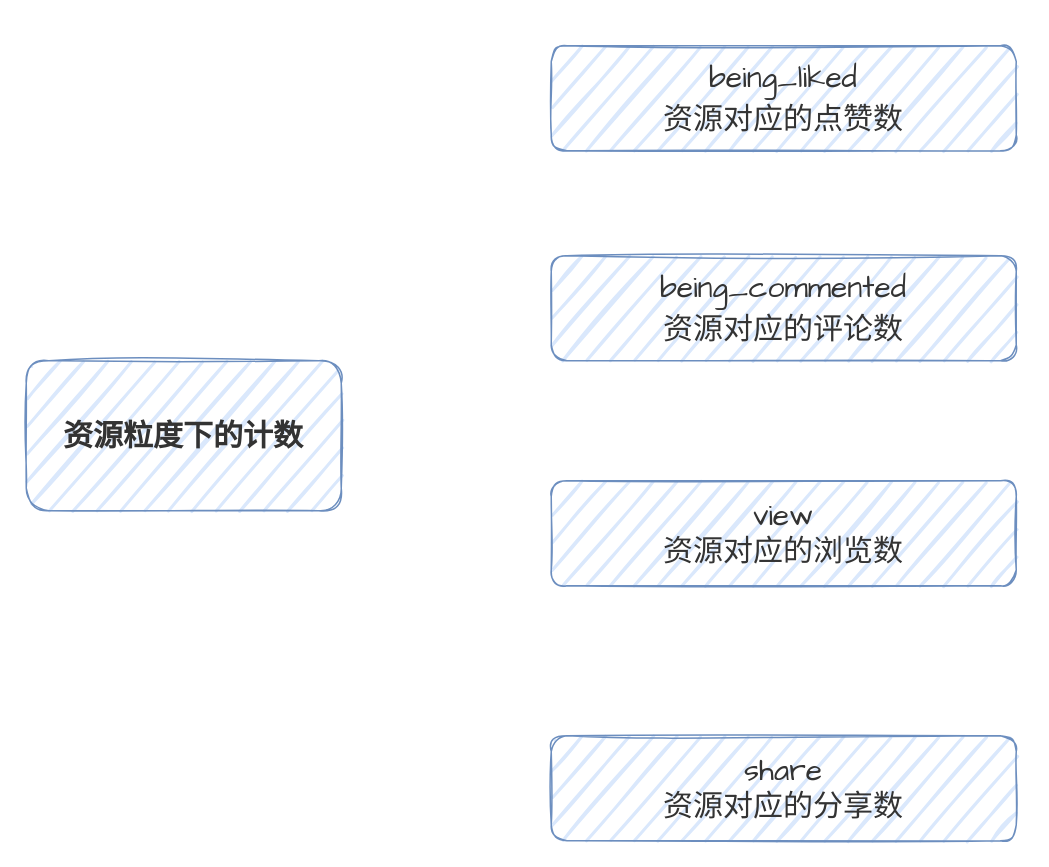
This is pictures/计数服务业务.drawio from dimdark/my-drawio, a draw.io file, before an edit. Source tidied: cells renumbered, new cells numbered last; positions are measured from the earlier drawing's top-left corner, leaving out a move shared by most shapes. Both pictures are drawn from the tidied source at 150%, with x=0, y=0 at pixel (26, 45).
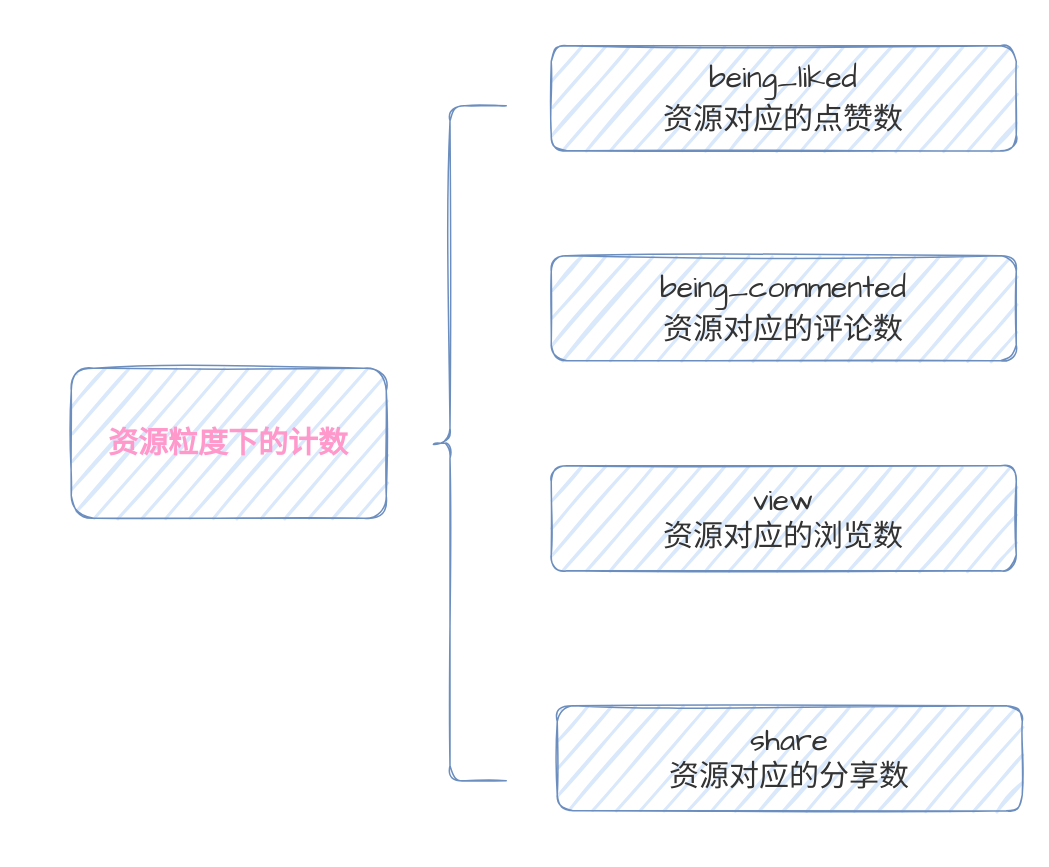
The same page after the edit.

Commit message (it also covers changes not shown here):
更新计数服务业务.drawio

Change to the diagram source:
```diff
@@
 <mxGraphModel>
   <root>
     <mxCell id="0" />
     <mxCell id="1" parent="0" />
-    <mxCell id="2" value="&lt;b style=&quot;&quot;&gt;&lt;font color=&quot;#333333&quot;&gt;资源粒度下的计数&lt;/font&gt;&lt;/b&gt;" style="rounded=1;whiteSpace=wrap;html=1;sketch=1;hachureGap=12;jiggle=1;curveFitting=1;fontFamily=Architects Daughter;fontSize=20;fillColor=#dae8fc;strokeColor=#6c8ebf;strokeWidth=1;glass=0;shadow=0;fillWeight=2;perimeterSpacing=0;hachureAngle=-41;simplification=0;fontColor=#1A1A1A;" parent="1" vertex="1">
-      <mxGeometry y="210" width="210" height="100" as="geometry" />
+    <mxCell id="2" value="&lt;b style=&quot;&quot;&gt;&lt;font color=&quot;#ff99cc&quot;&gt;资源粒度下的计数&lt;/font&gt;&lt;/b&gt;" style="rounded=1;whiteSpace=wrap;html=1;sketch=1;hachureGap=12;jiggle=1;curveFitting=1;fontFamily=Architects Daughter;fontSize=20;fillColor=#dae8fc;strokeColor=#6c8ebf;strokeWidth=1;glass=0;shadow=0;fillWeight=2;perimeterSpacing=0;hachureAngle=-41;simplification=0;fontColor=#1A1A1A;" parent="1" vertex="1">
+      <mxGeometry x="30" y="215" width="210" height="100" as="geometry" />
     </mxCell>
     <mxCell id="3" value="&lt;p style=&quot;line-height: 140%;&quot;&gt;&lt;font&gt;being_liked&lt;br&gt;资源对应的点赞数&lt;br&gt;&lt;/font&gt;&lt;/p&gt;" style="rounded=1;whiteSpace=wrap;html=1;sketch=1;hachureGap=12;jiggle=1;curveFitting=1;fontFamily=Architects Daughter;fontSize=20;fillColor=#dae8fc;strokeColor=#6c8ebf;strokeWidth=1;glass=0;shadow=0;fillWeight=2;hachureAngle=-41;simplification=0;fontColor=#333333;" parent="1" vertex="1">
       <mxGeometry x="350" width="310" height="70" as="geometry" />
     </mxCell>
     <mxCell id="4" value="&lt;p style=&quot;line-height: 140%;&quot;&gt;&lt;font&gt;being_commented&lt;br&gt;资源对应的评论数&lt;br&gt;&lt;/font&gt;&lt;/p&gt;" style="rounded=1;whiteSpace=wrap;html=1;sketch=1;hachureGap=12;jiggle=1;curveFitting=1;fontFamily=Architects Daughter;fontSize=20;fillColor=#dae8fc;strokeColor=#6c8ebf;strokeWidth=1;glass=0;shadow=0;fillWeight=2;fontColor=#333333;hachureAngle=-41;" parent="1" vertex="1">
       <mxGeometry x="350" y="140" width="310" height="70" as="geometry" />
     </mxCell>
     <mxCell id="5" value="&lt;font&gt;view&lt;br&gt;资源对应的浏览数&lt;br&gt;&lt;/font&gt;" style="rounded=1;whiteSpace=wrap;html=1;sketch=1;hachureGap=12;jiggle=1;curveFitting=1;fontFamily=Architects Daughter;fontSize=20;fillColor=#dae8fc;strokeColor=#6c8ebf;strokeWidth=1;glass=0;shadow=0;fillWeight=2;fontColor=#333333;" parent="1" vertex="1">
-      <mxGeometry x="350" y="290" width="310" height="70" as="geometry" />
+      <mxGeometry x="350" y="280" width="310" height="70" as="geometry" />
     </mxCell>
     <mxCell id="6" value="&lt;font&gt;share&lt;br&gt;资源对应的分享数&lt;br&gt;&lt;/font&gt;" style="rounded=1;whiteSpace=wrap;html=1;sketch=1;hachureGap=12;jiggle=1;curveFitting=1;fontFamily=Architects Daughter;fontSize=20;fillColor=#dae8fc;strokeColor=#6c8ebf;strokeWidth=1;glass=0;shadow=0;fillWeight=2;fontColor=#333333;hachureAngle=-41;" parent="1" vertex="1">
-      <mxGeometry x="350" y="460" width="310" height="70" as="geometry" />
+      <mxGeometry x="354" y="440" width="310" height="70" as="geometry" />
     </mxCell>
+    <mxCell id="7" style="shape=curlyBracket;whiteSpace=wrap;html=1;rounded=1;labelPosition=left;verticalLabelPosition=middle;align=right;verticalAlign=middle;shadow=0;glass=0;sketch=1;fillWeight=2;hachureGap=12;hachureAngle=-41;jiggle=1;curveFitting=1;simplification=0;strokeColor=#6c8ebf;strokeWidth=1;fontFamily=Architects Daughter;fontSize=20;fillColor=#dae8fc;size=0.25;" parent="1" vertex="1">
+      <mxGeometry x="270" y="40" width="50" height="450" as="geometry" />
+    </mxCell>
   </root>
 </mxGraphModel>
```
